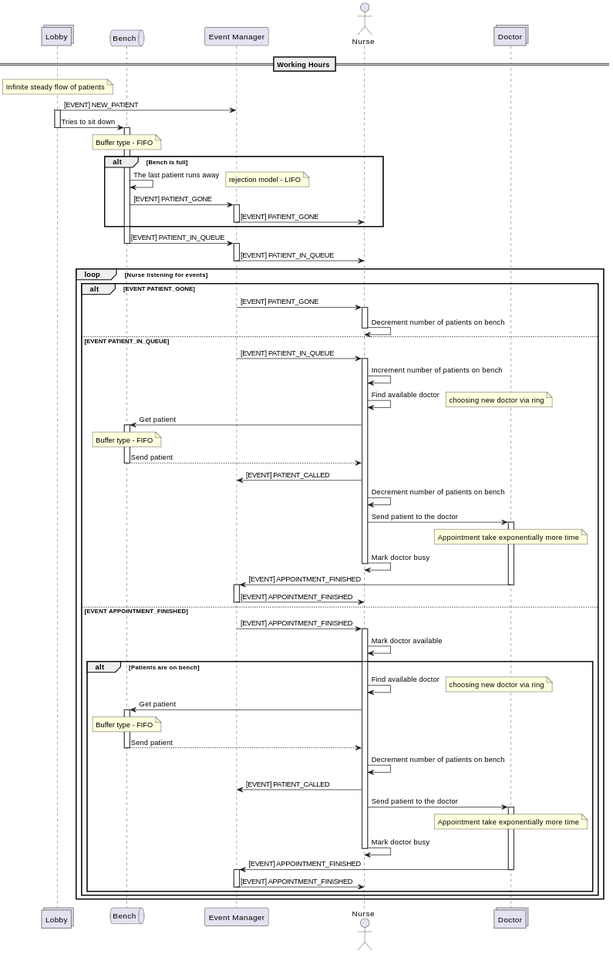
Before: arch/out/sequence_v2.png, a diagram exported from PlantUML (Coding-Seal/arch-model). Its source is kept beside it as arch/sequence_v2.puml. Its diagram source:
```plantuml
@startuml Sequence

collections "Lobby" as lobby
queue "Bench" as bench
participant  "Event Manager" as eventManager
actor "Nurse" as nurse
collections "Doctor" as doctor


== Working Hours ==
note over lobby: Infinite steady flow of patients

lobby -> eventManager : [EVENT] NEW_PATIENT
activate lobby
lobby -> bench : Tries to sit down
deactivate lobby
activate bench
note over bench : Buffer type - FIFO

alt Bench is full
    bench -> bench : The last patient runs away
    note right : rejection model - LIFO
    bench -> eventManager : [EVENT] PATIENT_GONE
    activate eventManager
    eventManager -> nurse : [EVENT] PATIENT_GONE
    deactivate eventManager
end


bench -> eventManager : [EVENT] PATIENT_IN_QUEUE
deactivate bench

activate eventManager
eventManager -> nurse : [EVENT] PATIENT_IN_QUEUE
deactivate eventManager

loop Nurse listening for events
    alt EVENT PATIENT_GONE
        eventManager -> nurse : [EVENT] PATIENT_GONE
        activate nurse
        nurse -> nurse : Decrement number of patients on bench
        deactivate nurse
    else EVENT PATIENT_IN_QUEUE
        eventManager -> nurse : [EVENT] PATIENT_IN_QUEUE
        activate nurse
        nurse -> nurse : Increment number of patients on bench
        nurse -> nurse : Find available doctor
        note right: choosing new doctor via ring

        nurse -> bench : Get patient
        activate bench
        note over bench : Buffer type - FIFO
        bench --> nurse : Send patient
        deactivate bench

        nurse -> eventManager : [EVENT] PATIENT_CALLED
        nurse -> nurse : Decrement number of patients on bench

        nurse -> doctor : Send patient to the doctor
        note over doctor: Appointment take exponentially more time
        activate doctor
        nurse -> nurse : Mark doctor busy
        deactivate nurse
        deactivate nurse

        doctor -> eventManager : [EVENT] APPOINTMENT_FINISHED
        deactivate doctor

        activate eventManager
        eventManager-> nurse : [EVENT] APPOINTMENT_FINISHED
        deactivate eventManager
    else EVENT  APPOINTMENT_FINISHED
        eventManager-> nurse : [EVENT] APPOINTMENT_FINISHED
        activate nurse
        nurse -> nurse : Mark doctor available

        alt Patients are on bench
            nurse -> nurse : Find available doctor
            note right: choosing new doctor via ring

            nurse -> bench : Get patient
            activate bench
            note over bench : Buffer type - FIFO
            bench --> nurse : Send patient
            deactivate bench
            nurse -> nurse : Decrement number of patients on bench
            nurse -> eventManager : [EVENT] PATIENT_CALLED

            nurse -> doctor : Send patient to the doctor
            activate doctor
            note over doctor: Appointment take exponentially more time
            nurse -> nurse : Mark doctor busy
            deactivate nurse

            doctor -> eventManager : [EVENT] APPOINTMENT_FINISHED
            deactivate doctor
            activate eventManager
            eventManager-> nurse : [EVENT] APPOINTMENT_FINISHED
            deactivate eventManager
        end
        deactivate nurse
    end
end
@enduml
```
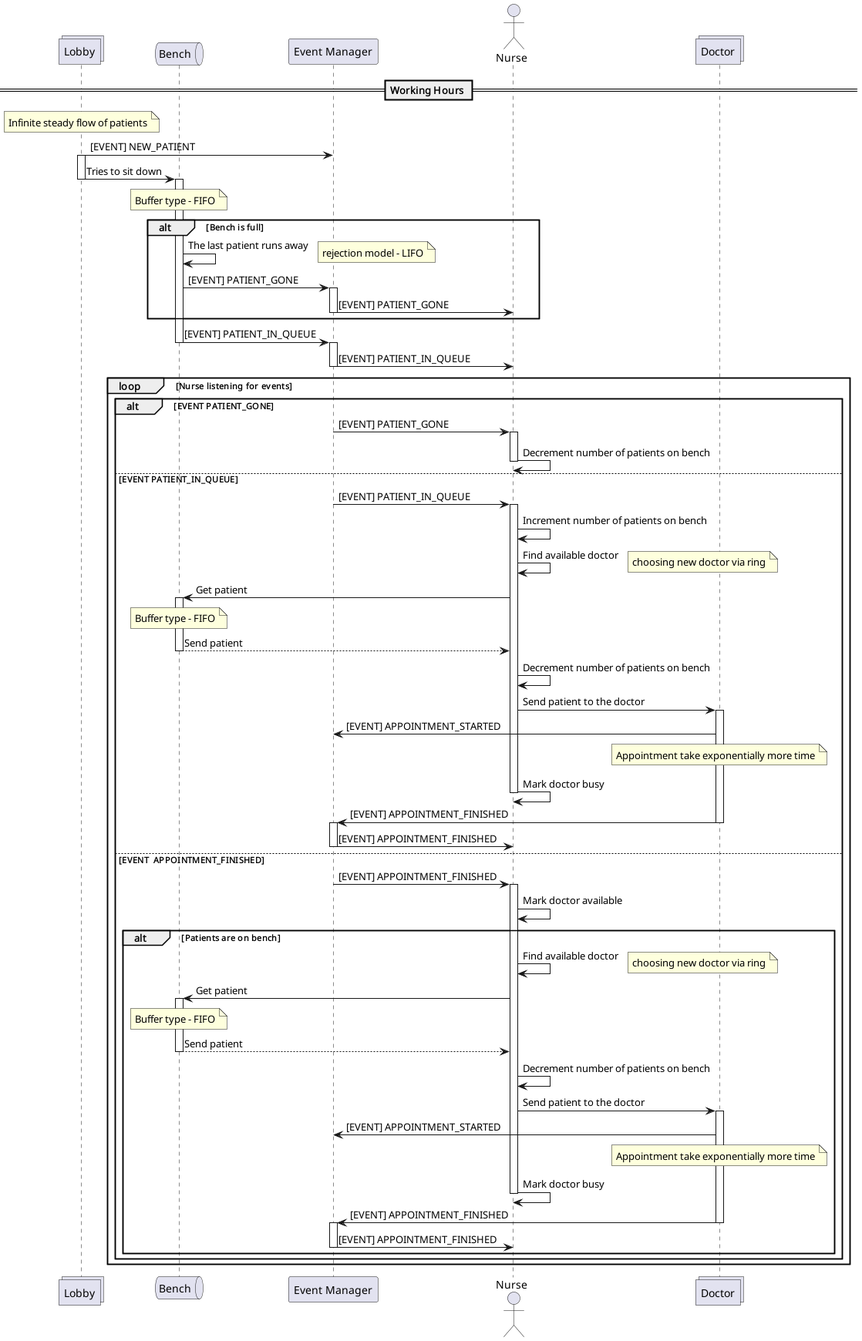
Later version of the same file.

Diff of the diagram source:
```diff
@@ -52,17 +52,15 @@
         note over bench : Buffer type - FIFO
         bench --> nurse : Send patient
         deactivate bench
-
-        nurse -> eventManager : [EVENT] PATIENT_CALLED
         nurse -> nurse : Decrement number of patients on bench
 
         nurse -> doctor : Send patient to the doctor
+        activate doctor
+        doctor -> eventManager : [EVENT] APPOINTMENT_STARTED
         note over doctor: Appointment take exponentially more time
-        activate doctor
         nurse -> nurse : Mark doctor busy
         deactivate nurse
         deactivate nurse
-
         doctor -> eventManager : [EVENT] APPOINTMENT_FINISHED
         deactivate doctor
 
@@ -84,10 +82,10 @@
             bench --> nurse : Send patient
             deactivate bench
             nurse -> nurse : Decrement number of patients on bench
-            nurse -> eventManager : [EVENT] PATIENT_CALLED
 
             nurse -> doctor : Send patient to the doctor
             activate doctor
+            doctor -> eventManager : [EVENT] APPOINTMENT_STARTED
             note over doctor: Appointment take exponentially more time
             nurse -> nurse : Mark doctor busy
             deactivate nurse
```
